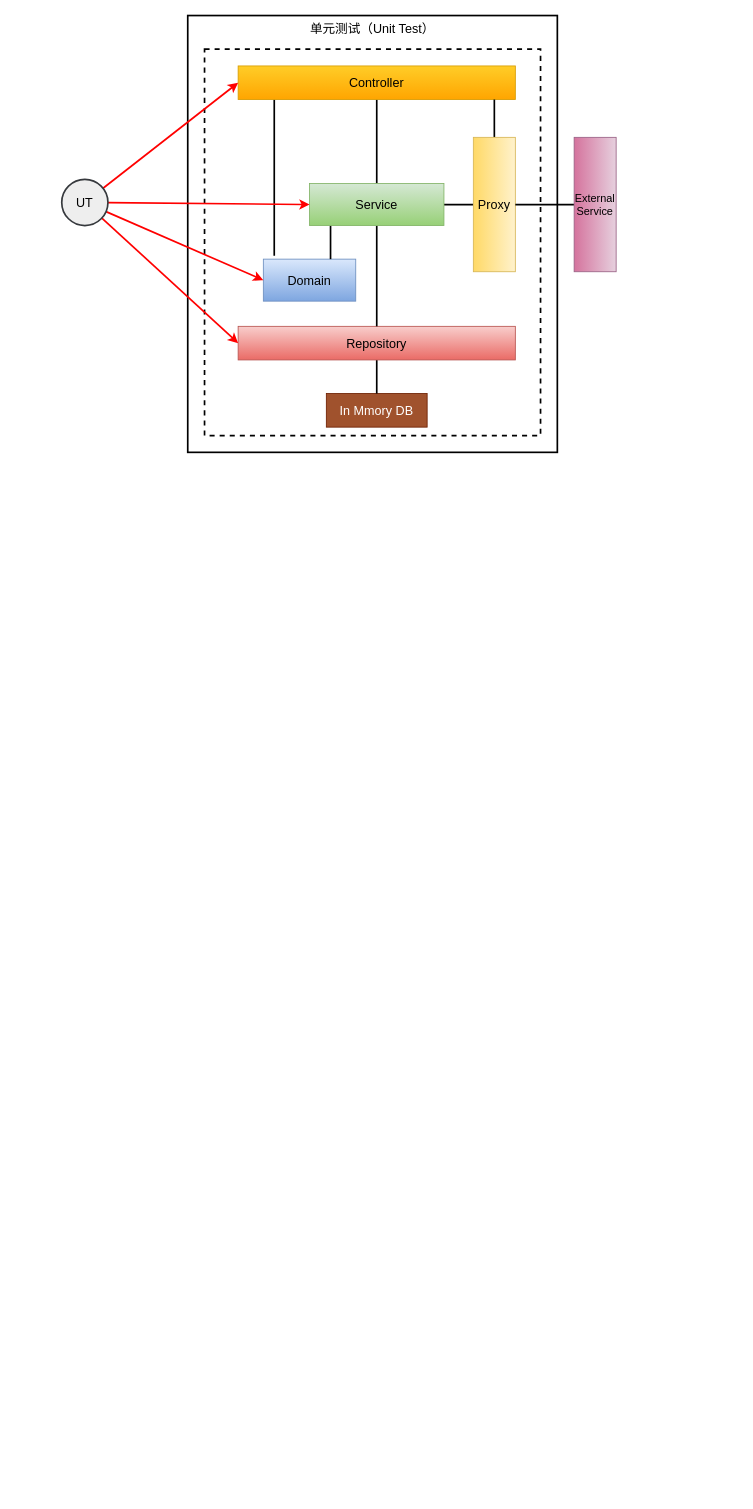
Before: microservice-test-classification.drawio in rexlin600/diagrams, a draw.io diagram. Source tidied: cells renumbered, new cells numbered last; positions are measured from the earlier drawing's top-left corner, leaving out a move shared by most shapes. Both pictures are drawn from the tidied source at 84%, with x=0, y=0 at pixel (61, 15).
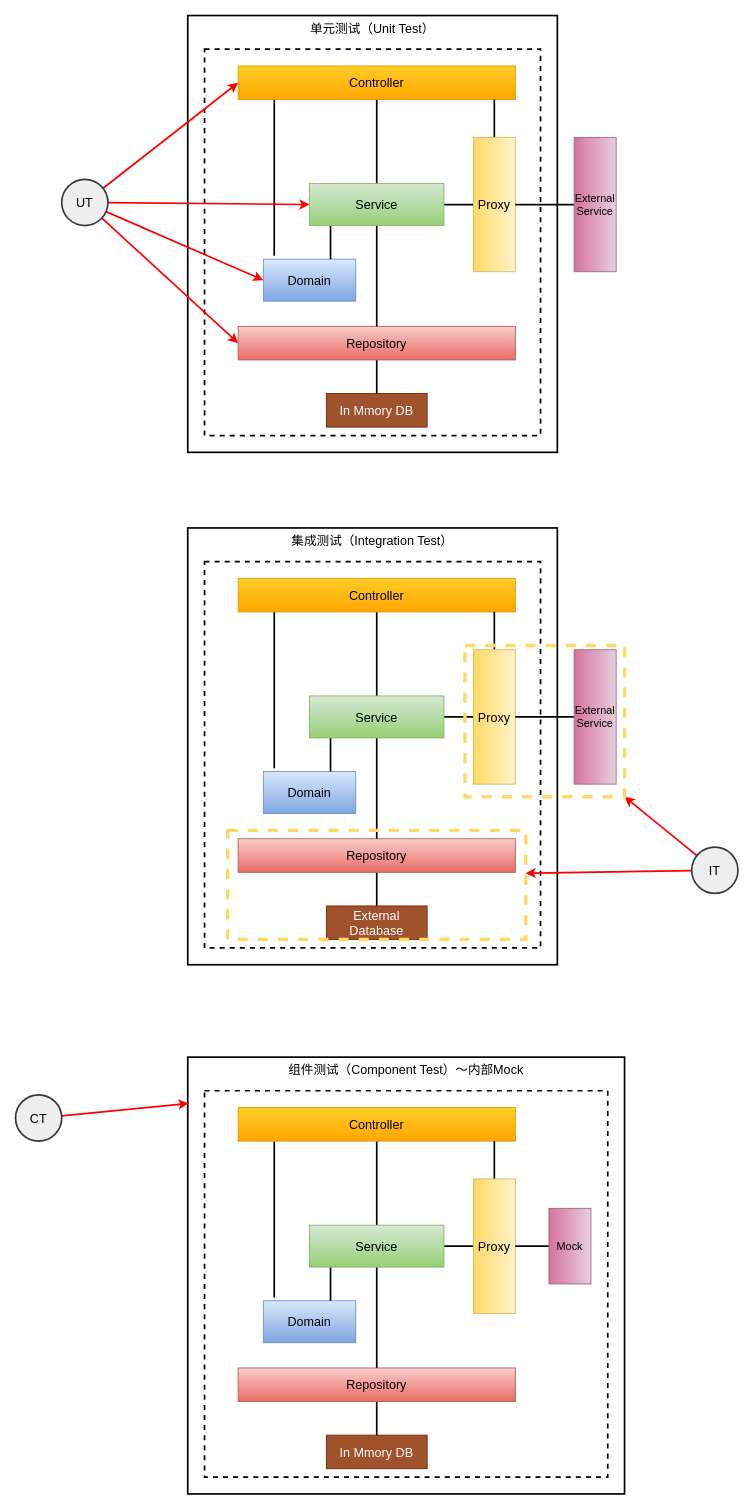
After the change.

Change to the diagram source:
```diff
@@
+    <mxCell id="24" value="集成测试（Integration Test）" style="rounded=0;whiteSpace=wrap;html=1;fontSize=15;strokeWidth=2;align=center;verticalAlign=top;" parent="1" vertex="1">
+      <mxGeometry x="150" y="610" width="440" height="520" as="geometry" />
+    </mxCell>
+    <mxCell id="25" style="rounded=0;whiteSpace=wrap;html=1;align=center;verticalAlign=top;fontSize=17;dashed=1;strokeWidth=2;" parent="1" vertex="1">
+      <mxGeometry x="170" y="650" width="400" height="460" as="geometry" />
+    </mxCell>
+    <mxCell id="26" style="edgeStyle=orthogonalEdgeStyle;rounded=0;jettySize=auto;html=1;entryX=0.118;entryY=-0.08;entryDx=0;entryDy=0;entryPerimeter=0;endArrow=none;endFill=0;strokeWidth=2;" parent="1" edge="1" source="28" target="32">
+      <mxGeometry relative="1" as="geometry">
+        <Array as="points">
+          <mxPoint x="253" y="760" />
+          <mxPoint x="253" y="760" />
+        </Array>
+      </mxGeometry>
+    </mxCell>
+    <mxCell id="27" style="edgeStyle=orthogonalEdgeStyle;rounded=0;jettySize=auto;html=1;entryX=0.5;entryY=0;entryDx=0;entryDy=0;endArrow=none;endFill=0;strokeWidth=2;" parent="1" edge="1" source="28" target="36">
+      <mxGeometry relative="1" as="geometry" />
+    </mxCell>
+    <mxCell id="28" value="Controller" style="rounded=0;whiteSpace=wrap;html=1;fontSize=15;fillColor=#ffcd28;gradientColor=#ffa500;strokeColor=#d79b00;" parent="1" vertex="1">
+      <mxGeometry x="210" y="670" width="330" height="40" as="geometry" />
+    </mxCell>
+    <mxCell id="29" value="External Database" style="rounded=0;whiteSpace=wrap;html=1;fontSize=15;fillColor=#a0522d;strokeColor=#6D1F00;fontColor=#ffffff;" parent="1" vertex="1">
+      <mxGeometry x="315" y="1060" width="120" height="40" as="geometry" />
+    </mxCell>
+    <mxCell id="30" style="edgeStyle=orthogonalEdgeStyle;rounded=0;jettySize=auto;html=1;endArrow=none;endFill=0;strokeWidth=2;" parent="1" edge="1" source="31" target="29">
+      <mxGeometry relative="1" as="geometry" />
+    </mxCell>
+    <mxCell id="31" value="Repository" style="rounded=0;whiteSpace=wrap;html=1;fontSize=15;fillColor=#f8cecc;gradientColor=#ea6b66;strokeColor=#b85450;" parent="1" vertex="1">
+      <mxGeometry x="210" y="980" width="330" height="40" as="geometry" />
+    </mxCell>
+    <mxCell id="32" value="Domain" style="rounded=0;whiteSpace=wrap;html=1;fontSize=15;fillColor=#dae8fc;gradientColor=#7ea6e0;strokeColor=#6c8ebf;" parent="1" vertex="1">
+      <mxGeometry x="240" y="900" width="110" height="50" as="geometry" />
+    </mxCell>
+    <mxCell id="33" style="edgeStyle=orthogonalEdgeStyle;rounded=0;jettySize=auto;html=1;endArrow=none;endFill=0;strokeWidth=2;" parent="1" edge="1" source="36" target="32">
+      <mxGeometry relative="1" as="geometry">
+        <Array as="points">
+          <mxPoint x="320" y="880" />
+          <mxPoint x="320" y="880" />
+        </Array>
+      </mxGeometry>
+    </mxCell>
+    <mxCell id="34" style="edgeStyle=orthogonalEdgeStyle;rounded=0;jettySize=auto;html=1;entryX=0.5;entryY=0;entryDx=0;entryDy=0;endArrow=none;endFill=0;strokeWidth=2;" parent="1" edge="1" source="36" target="31">
+      <mxGeometry relative="1" as="geometry" />
+    </mxCell>
+    <mxCell id="35" style="edgeStyle=orthogonalEdgeStyle;rounded=0;jettySize=auto;html=1;endArrow=none;endFill=0;strokeWidth=2;" parent="1" edge="1" source="36" target="38">
+      <mxGeometry relative="1" as="geometry" />
+    </mxCell>
+    <mxCell id="36" value="Service" style="rounded=0;whiteSpace=wrap;html=1;fontSize=15;fillColor=#d5e8d4;gradientColor=#97d077;strokeColor=#82b366;" parent="1" vertex="1">
+      <mxGeometry x="295" y="810" width="160" height="50" as="geometry" />
+    </mxCell>
+    <mxCell id="37" style="edgeStyle=orthogonalEdgeStyle;rounded=0;jettySize=auto;html=1;endArrow=none;endFill=0;strokeWidth=2;" parent="1" edge="1" source="38" target="28">
+      <mxGeometry relative="1" as="geometry">
+        <Array as="points">
+          <mxPoint x="515" y="720" />
+          <mxPoint x="515" y="720" />
+        </Array>
+      </mxGeometry>
+    </mxCell>
+    <mxCell id="38" value="Proxy" style="rounded=0;whiteSpace=wrap;html=1;direction=south;fontSize=15;fillColor=#fff2cc;gradientColor=#ffd966;strokeColor=#d6b656;" parent="1" vertex="1">
+      <mxGeometry x="490" y="755" width="50" height="160" as="geometry" />
+    </mxCell>
+    <mxCell id="39" style="edgeStyle=orthogonalEdgeStyle;rounded=0;jettySize=auto;html=1;endArrow=none;endFill=0;strokeWidth=2;" parent="1" edge="1" source="40" target="38">
+      <mxGeometry relative="1" as="geometry" />
+    </mxCell>
+    <mxCell id="40" value="External&lt;br style=&quot;font-size: 13px;&quot;&gt;Service" style="rounded=0;whiteSpace=wrap;html=1;direction=south;fontSize=13;fillColor=#e6d0de;gradientColor=#d5739d;strokeColor=#996185;" parent="1" vertex="1">
+      <mxGeometry x="610" y="755" width="50" height="160" as="geometry" />
+    </mxCell>
+    <mxCell id="41" style="rounded=0;jettySize=auto;html=1;entryX=1;entryY=1;entryDx=0;entryDy=0;strokeColor=#FF0000;strokeWidth=2;" parent="1" edge="1" source="43" target="44">
+      <mxGeometry relative="1" as="geometry" />
+    </mxCell>
+    <mxCell id="42" style="edgeStyle=none;rounded=0;jettySize=auto;html=1;entryX=0.999;entryY=0.392;entryDx=0;entryDy=0;entryPerimeter=0;strokeColor=#FF0000;strokeWidth=2;" parent="1" edge="1" source="43" target="45">
+      <mxGeometry relative="1" as="geometry" />
+    </mxCell>
+    <mxCell id="43" value="IT" style="ellipse;whiteSpace=wrap;html=1;fontSize=15;strokeWidth=2;align=center;verticalAlign=middle;fillColor=#eeeeee;strokeColor=#36393d;" parent="1" vertex="1">
+      <mxGeometry x="750" y="990" width="55" height="55" as="geometry" />
+    </mxCell>
+    <mxCell id="44" style="rounded=0;whiteSpace=wrap;html=1;dashed=1;strokeWidth=4;fillColor=none;strokeColor=#FFD966;perimeterSpacing=0;" parent="1" vertex="1">
+      <mxGeometry x="480" y="750" width="190" height="180" as="geometry" />
+    </mxCell>
+    <mxCell id="45" style="rounded=0;whiteSpace=wrap;html=1;dashed=1;strokeColor=#FFD966;strokeWidth=4;fillColor=none;perimeterSpacing=0;" parent="1" vertex="1">
+      <mxGeometry x="197.5" y="970" width="355" height="130" as="geometry" />
+    </mxCell>
+    <mxCell id="46" value="组件测试（Component Test）～内部Mock" style="rounded=0;whiteSpace=wrap;html=1;fontSize=15;strokeWidth=2;align=center;verticalAlign=top;" parent="1" vertex="1">
+      <mxGeometry x="150" y="1240" width="520" height="520" as="geometry" />
+    </mxCell>
+    <mxCell id="47" style="rounded=0;whiteSpace=wrap;html=1;align=center;verticalAlign=top;fontSize=17;dashed=1;strokeWidth=2;" parent="1" vertex="1">
+      <mxGeometry x="170" y="1280" width="480" height="460" as="geometry" />
+    </mxCell>
+    <mxCell id="48" style="edgeStyle=orthogonalEdgeStyle;rounded=0;jettySize=auto;html=1;entryX=0.118;entryY=-0.08;entryDx=0;entryDy=0;entryPerimeter=0;endArrow=none;endFill=0;strokeWidth=2;" parent="1" edge="1" source="50" target="54">
+      <mxGeometry relative="1" as="geometry">
+        <Array as="points">
+          <mxPoint x="253" y="1390" />
+          <mxPoint x="253" y="1390" />
+        </Array>
+      </mxGeometry>
+    </mxCell>
+    <mxCell id="49" style="edgeStyle=orthogonalEdgeStyle;rounded=0;jettySize=auto;html=1;entryX=0.5;entryY=0;entryDx=0;entryDy=0;endArrow=none;endFill=0;strokeWidth=2;" parent="1" edge="1" source="50" target="58">
+      <mxGeometry relative="1" as="geometry" />
+    </mxCell>
+    <mxCell id="50" value="Controller" style="rounded=0;whiteSpace=wrap;html=1;fontSize=15;fillColor=#ffcd28;gradientColor=#ffa500;strokeColor=#d79b00;" parent="1" vertex="1">
+      <mxGeometry x="210" y="1300" width="330" height="40" as="geometry" />
+    </mxCell>
+    <mxCell id="51" value="In Mmory DB" style="rounded=0;whiteSpace=wrap;html=1;fontSize=15;fillColor=#a0522d;strokeColor=#6D1F00;fontColor=#ffffff;" parent="1" vertex="1">
+      <mxGeometry x="315" y="1690" width="120" height="40" as="geometry" />
+    </mxCell>
+    <mxCell id="52" style="edgeStyle=orthogonalEdgeStyle;rounded=0;jettySize=auto;html=1;endArrow=none;endFill=0;strokeWidth=2;" parent="1" edge="1" source="53" target="51">
+      <mxGeometry relative="1" as="geometry" />
+    </mxCell>
+    <mxCell id="53" value="Repository" style="rounded=0;whiteSpace=wrap;html=1;fontSize=15;fillColor=#f8cecc;gradientColor=#ea6b66;strokeColor=#b85450;" parent="1" vertex="1">
+      <mxGeometry x="210" y="1610" width="330" height="40" as="geometry" />
+    </mxCell>
+    <mxCell id="54" value="Domain" style="rounded=0;whiteSpace=wrap;html=1;fontSize=15;fillColor=#dae8fc;gradientColor=#7ea6e0;strokeColor=#6c8ebf;" parent="1" vertex="1">
+      <mxGeometry x="240" y="1530" width="110" height="50" as="geometry" />
+    </mxCell>
+    <mxCell id="55" style="edgeStyle=orthogonalEdgeStyle;rounded=0;jettySize=auto;html=1;endArrow=none;endFill=0;strokeWidth=2;" parent="1" edge="1" source="58" target="54">
+      <mxGeometry relative="1" as="geometry">
+        <Array as="points">
+          <mxPoint x="320" y="1510" />
+          <mxPoint x="320" y="1510" />
+        </Array>
+      </mxGeometry>
+    </mxCell>
+    <mxCell id="56" style="edgeStyle=orthogonalEdgeStyle;rounded=0;jettySize=auto;html=1;entryX=0.5;entryY=0;entryDx=0;entryDy=0;endArrow=none;endFill=0;strokeWidth=2;" parent="1" edge="1" source="58" target="53">
+      <mxGeometry relative="1" as="geometry" />
+    </mxCell>
+    <mxCell id="57" style="edgeStyle=orthogonalEdgeStyle;rounded=0;jettySize=auto;html=1;endArrow=none;endFill=0;strokeWidth=2;" parent="1" edge="1" source="58" target="60">
+      <mxGeometry relative="1" as="geometry" />
+    </mxCell>
+    <mxCell id="58" value="Service" style="rounded=0;whiteSpace=wrap;html=1;fontSize=15;fillColor=#d5e8d4;gradientColor=#97d077;strokeColor=#82b366;" parent="1" vertex="1">
+      <mxGeometry x="295" y="1440" width="160" height="50" as="geometry" />
+    </mxCell>
+    <mxCell id="59" style="edgeStyle=orthogonalEdgeStyle;rounded=0;jettySize=auto;html=1;endArrow=none;endFill=0;strokeWidth=2;" parent="1" edge="1" source="60" target="50">
+      <mxGeometry relative="1" as="geometry">
+        <Array as="points">
+          <mxPoint x="515" y="1350" />
+          <mxPoint x="515" y="1350" />
+        </Array>
+      </mxGeometry>
+    </mxCell>
+    <mxCell id="60" value="Proxy" style="rounded=0;whiteSpace=wrap;html=1;direction=south;fontSize=15;fillColor=#fff2cc;gradientColor=#ffd966;strokeColor=#d6b656;" parent="1" vertex="1">
+      <mxGeometry x="490" y="1385" width="50" height="160" as="geometry" />
+    </mxCell>
+    <mxCell id="61" style="edgeStyle=orthogonalEdgeStyle;rounded=0;jettySize=auto;html=1;endArrow=none;endFill=0;strokeWidth=2;" parent="1" edge="1" source="62" target="60">
+      <mxGeometry relative="1" as="geometry" />
+    </mxCell>
+    <mxCell id="62" value="Mock" style="rounded=0;whiteSpace=wrap;html=1;direction=south;fontSize=13;fillColor=#e6d0de;gradientColor=#d5739d;strokeColor=#996185;" parent="1" vertex="1">
+      <mxGeometry x="580" y="1420" width="50" height="90" as="geometry" />
+    </mxCell>
+    <mxCell id="63" style="edgeStyle=none;rounded=0;jettySize=auto;html=1;entryX=0.002;entryY=0.106;entryDx=0;entryDy=0;entryPerimeter=0;strokeColor=#FF0000;strokeWidth=2;" parent="1" edge="1" source="64" target="46">
+      <mxGeometry relative="1" as="geometry" />
+    </mxCell>
+    <mxCell id="64" value="CT" style="ellipse;whiteSpace=wrap;html=1;fontSize=15;strokeWidth=2;align=center;verticalAlign=middle;fillColor=#eeeeee;strokeColor=#36393d;" parent="1" vertex="1">
+      <mxGeometry x="-55" y="1285" width="55" height="55" as="geometry" />
+    </mxCell>
```
